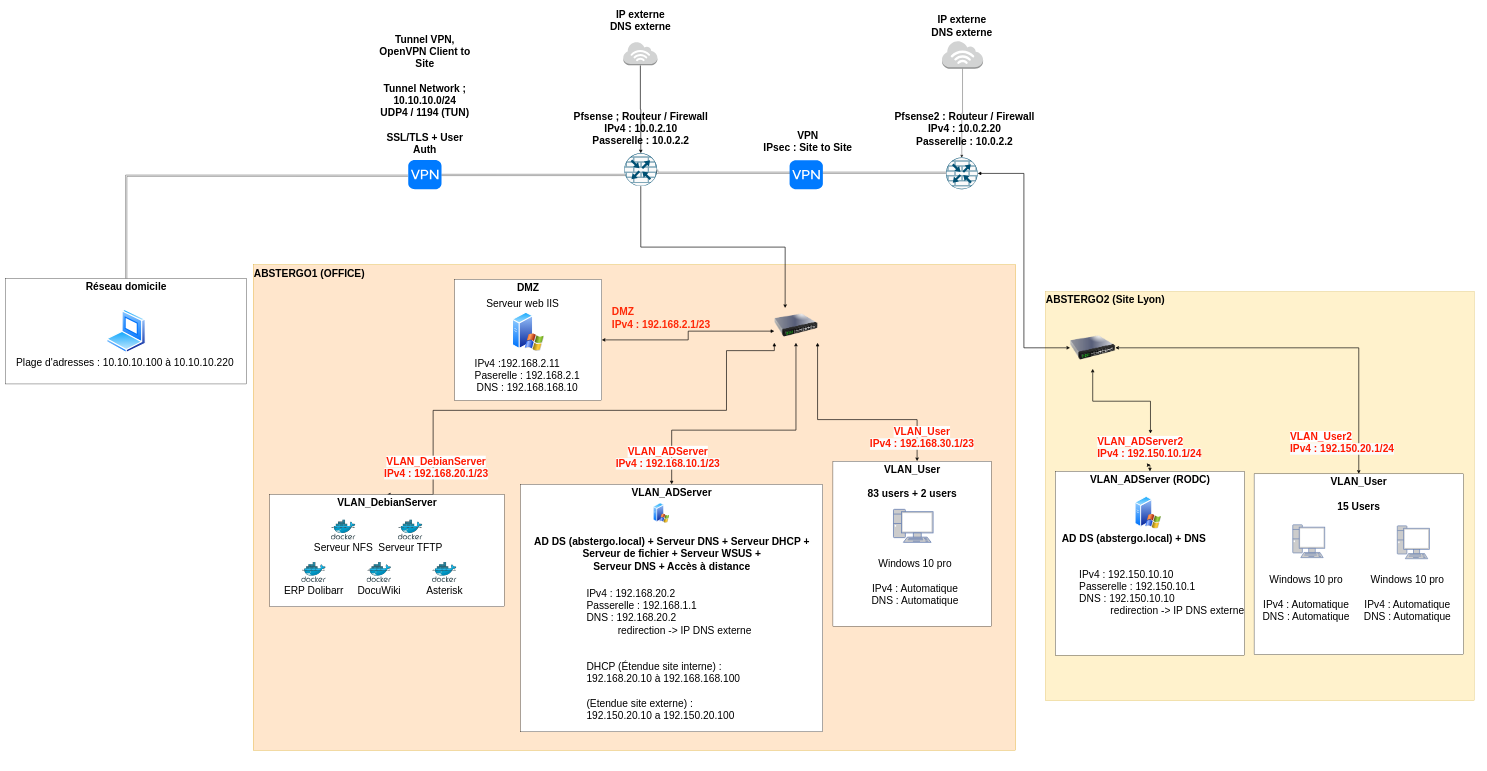
Earlier version of the draw.io diagram New Network Architecture Abstergo.drawio (CharifMah/AbstergoAnimus). Source tidied: cells renumbered, new cells numbered last; positions are measured from the earlier drawing's top-left corner, leaving out a move shared by most shapes. Both pictures are drawn from the tidied source at 33%, with x=0, y=0 at pixel (6, 6).
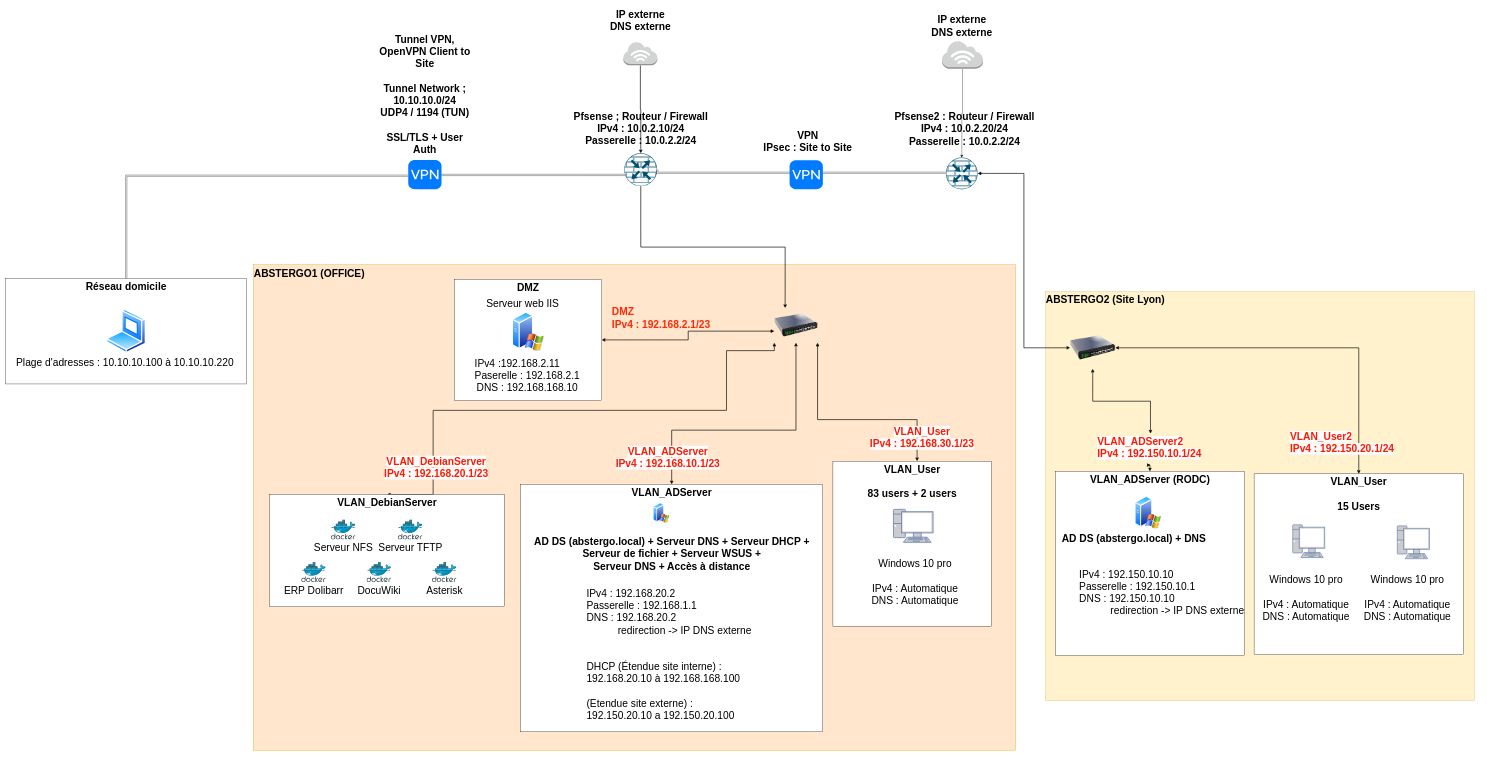
Above is the later version.

The change refers to these unchanged cells:
```xml
<mxCell id="37" style="group;" parent="36" vertex="1">
  <mxGeometry x="-111" y="-24" width="490.5" height="224.6" as="geometry" />
</mxCell>
<mxCell id="93" style="group;" parent="1" vertex="1">
  <mxGeometry x="2680" y="308" width="450" height="248" as="geometry" />
</mxCell>
```

Change to the diagram source:
```diff
@@
-    <mxCell id="39" value="&lt;font style=&quot;font-size: 31px;&quot;&gt;&lt;b style=&quot;border-color: var(--border-color); font-size: 31px;&quot;&gt;Pfsense ; Routeur / Firewall&lt;/b&gt;&lt;b style=&quot;font-size: 31px;&quot;&gt;&lt;br style=&quot;font-size: 31px;&quot;&gt;IPv4 : 10.0.2.10&lt;br style=&quot;font-size: 31px;&quot;&gt;Passerelle : 10.0.2.2&lt;/b&gt;&lt;br style=&quot;font-size: 31px;&quot;&gt;&lt;/font&gt;" style="text;html=1;strokeColor=none;fillColor=none;align=center;verticalAlign=middle;whiteSpace=wrap;rounded=0;fontSize=31;" parent="37" vertex="1">
+    <mxCell id="39" value="&lt;font style=&quot;font-size: 31px;&quot;&gt;&lt;b style=&quot;border-color: var(--border-color); font-size: 31px;&quot;&gt;Pfsense ; Routeur / Firewall&lt;/b&gt;&lt;b style=&quot;font-size: 31px;&quot;&gt;&lt;br style=&quot;font-size: 31px;&quot;&gt;IPv4 : 10.0.2.10/24&lt;br style=&quot;font-size: 31px;&quot;&gt;Passerelle : 10.0.2.2/24&lt;/b&gt;&lt;br style=&quot;font-size: 31px;&quot;&gt;&lt;/font&gt;" style="text;html=1;strokeColor=none;fillColor=none;align=center;verticalAlign=middle;whiteSpace=wrap;rounded=0;fontSize=31;" parent="37" vertex="1">
       <mxGeometry width="490.5" height="100" as="geometry" />
     </mxCell>
@@
-    <mxCell id="96" value="&lt;font style=&quot;font-size: 31px;&quot;&gt;Pfsense2 : Routeur / Firewall&lt;br style=&quot;font-size: 31px;&quot;&gt;IPv4 : 10.0.2.20&lt;br style=&quot;font-size: 31px;&quot;&gt;Passerelle : 10.0.2.2&lt;br style=&quot;font-size: 31px;&quot;&gt;&lt;/font&gt;" style="text;html=1;align=center;verticalAlign=middle;strokeColor=none;fillColor=none;fontSize=31;fontStyle=1;" parent="93" vertex="1">
+    <mxCell id="96" value="&lt;font style=&quot;font-size: 31px;&quot;&gt;Pfsense2 : Routeur / Firewall&lt;br style=&quot;font-size: 31px;&quot;&gt;IPv4 : 10.0.2.20/24&lt;br style=&quot;font-size: 31px;&quot;&gt;Passerelle : 10.0.2.2/24&lt;br style=&quot;font-size: 31px;&quot;&gt;&lt;/font&gt;" style="text;html=1;align=center;verticalAlign=middle;strokeColor=none;fillColor=none;fontSize=31;fontStyle=1;" parent="93" vertex="1">
       <mxGeometry width="450" height="130" as="geometry" />
     </mxCell>
```
